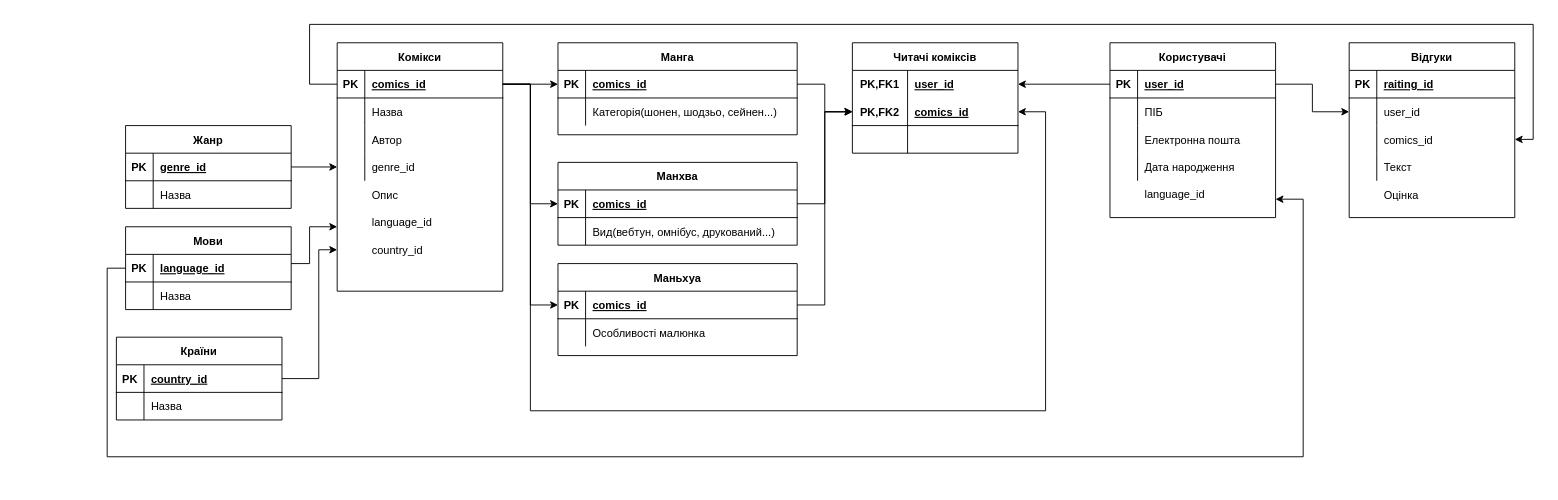
The draw.io diagram Home_task_12/Home_task_12.drawio in Rusewww/SSWU_ZozuliaIhor_NET_CAMP, before the edit. Source tidied: cells renumbered, new cells numbered last; positions are measured from the earlier drawing's top-left corner, leaving out a move shared by most shapes. Both pictures are drawn from the tidied source at 92%, with x=0, y=0 at pixel (107, 24).
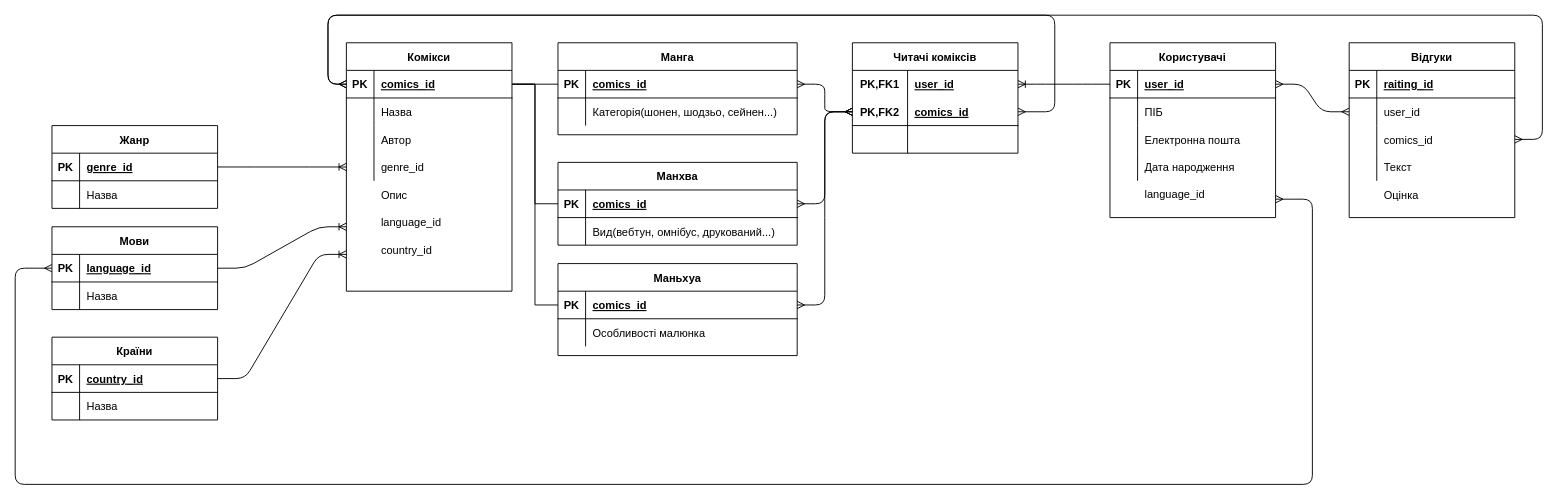
The same page after the edit.

The change refers to these unchanged cells:
```xml
<mxCell id="4" style="shape=partialRectangle;fillColor=none;top=0;left=0;bottom=1;right=0;points=[[0,0.5],[1,0.5]];portConstraint=eastwest;" parent="3" vertex="1">
  <mxGeometry y="30" width="180" height="30" as="geometry" />
</mxCell>
<mxCell id="12" style="shape=partialRectangle;fillColor=none;top=0;left=0;bottom=1;right=0;points=[[0,0.5],[1,0.5]];portConstraint=eastwest;" parent="11" vertex="1">
  <mxGeometry y="30" width="180" height="30" as="geometry" />
</mxCell>
<mxCell id="20" style="shape=partialRectangle;fillColor=none;top=0;left=0;bottom=1;right=0;points=[[0,0.5],[1,0.5]];portConstraint=eastwest;" parent="19" vertex="1">
  <mxGeometry y="30" width="180" height="30" as="geometry" />
</mxCell>
<mxCell id="35" style="shape=partialRectangle;fillColor=none;top=0;left=0;bottom=1;right=0;points=[[0,0.5],[1,0.5]];portConstraint=eastwest;" parent="34" vertex="1">
  <mxGeometry y="30" width="180" height="30" as="geometry" />
</mxCell>
<mxCell id="44" style="shape=partialRectangle;fillColor=none;top=0;left=0;bottom=0;right=0;points=[[0,0.5],[1,0.5]];portConstraint=eastwest;" parent="34" vertex="1">
  <mxGeometry y="120" width="180" height="30" as="geometry" />
</mxCell>
<mxCell id="52" style="shape=partialRectangle;fillColor=none;top=0;left=0;bottom=1;right=0;points=[[0,0.5],[1,0.5]];portConstraint=eastwest;" parent="51" vertex="1">
  <mxGeometry y="30" width="180" height="30" as="geometry" />
</mxCell>
<mxCell id="59" style="shape=partialRectangle;fillColor=none;top=0;left=0;bottom=0;right=0;points=[[0,0.5],[1,0.5]];portConstraint=eastwest;" parent="58" vertex="1">
  <mxGeometry y="30" width="180" height="30" as="geometry" />
</mxCell>
<mxCell id="62" style="shape=partialRectangle;fillColor=none;top=0;left=0;bottom=1;right=0;points=[[0,0.5],[1,0.5]];portConstraint=eastwest;" parent="58" vertex="1">
  <mxGeometry y="60" width="180" height="30" as="geometry" />
</mxCell>
<mxCell id="73" style="shape=partialRectangle;fillColor=none;top=0;left=0;bottom=0;right=0;points=[[0,0.5],[1,0.5]];portConstraint=eastwest;" parent="69" vertex="1">
  <mxGeometry y="60" width="180" height="30" as="geometry" />
</mxCell>
<mxCell id="76" style="shape=partialRectangle;fillColor=none;top=0;left=0;bottom=0;right=0;points=[[0,0.5],[1,0.5]];portConstraint=eastwest;" parent="69" vertex="1">
  <mxGeometry y="90" width="180" height="30" as="geometry" />
</mxCell>
<mxCell id="84" style="shape=partialRectangle;fillColor=none;top=0;left=0;bottom=1;right=0;points=[[0,0.5],[1,0.5]];portConstraint=eastwest;" parent="83" vertex="1">
  <mxGeometry y="30" width="260" height="30" as="geometry" />
</mxCell>
<mxCell id="91" style="shape=partialRectangle;fillColor=none;top=0;left=0;bottom=1;right=0;points=[[0,0.5],[1,0.5]];portConstraint=eastwest;" parent="90" vertex="1">
  <mxGeometry y="30" width="260" height="30" as="geometry" />
</mxCell>
<mxCell id="98" style="shape=partialRectangle;fillColor=none;top=0;left=0;bottom=1;right=0;points=[[0,0.5],[1,0.5]];portConstraint=eastwest;" parent="97" vertex="1">
  <mxGeometry y="30" width="260" height="30" as="geometry" />
</mxCell>
```

The edit, as a diff of the source:
```diff
@@
-    <mxCell id="2" style="edgeStyle=orthogonalEdgeStyle;rounded=0;jettySize=auto;html=1;" parent="1" edge="1" source="3">
-      <mxGeometry relative="1" as="geometry">
-        <mxPoint x="250" y="220" as="targetPoint" />
-        <Array as="points">
-          <mxPoint x="220" y="260" />
-          <mxPoint x="220" y="220" />
-        </Array>
-      </mxGeometry>
-    </mxCell>
     <mxCell id="3" value="Мови" style="shape=table;startSize=30;childLayout=tableLayout;rowLines=0;fontStyle=1;align=center;" parent="1" vertex="1">
-      <mxGeometry x="20" y="220" width="180" height="90" as="geometry" />
+      <mxGeometry x="-60" y="220" width="180" height="90" as="geometry" />
     </mxCell>
@@
-    <mxCell id="10" style="edgeStyle=orthogonalEdgeStyle;rounded=0;jettySize=auto;html=1;" parent="1" edge="1" source="11">
-      <mxGeometry relative="1" as="geometry">
-        <mxPoint x="250" y="245" as="targetPoint" />
-        <Array as="points">
-          <mxPoint x="230" y="385" />
-          <mxPoint x="230" y="245" />
-        </Array>
-      </mxGeometry>
-    </mxCell>
     <mxCell id="11" value="Країни" style="shape=table;startSize=30;childLayout=tableLayout;rowLines=0;fontStyle=1;align=center;" parent="1" vertex="1">
-      <mxGeometry x="10" y="340" width="180" height="90" as="geometry" />
+      <mxGeometry x="-60" y="340" width="180" height="90" as="geometry" />
     </mxCell>
@@
     <mxCell id="33" style="group;" parent="1" vertex="1">
-      <mxGeometry x="250" y="20" width="180" height="270" as="geometry" />
+      <mxGeometry x="260" y="20" width="180" height="270" as="geometry" />
     </mxCell>
@@
-    <mxCell id="50" style="edgeStyle=orthogonalEdgeStyle;rounded=0;jettySize=auto;html=1;" parent="1" edge="1" source="51" target="44">
-      <mxGeometry relative="1" as="geometry" />
-    </mxCell>
     <mxCell id="51" value="Жанр" style="shape=table;startSize=30;childLayout=tableLayout;rowLines=0;fontStyle=1;align=center;" parent="1" vertex="1">
-      <mxGeometry x="20" y="110" width="180" height="90" as="geometry" />
+      <mxGeometry x="-60" y="110" width="180" height="90" as="geometry" />
     </mxCell>
@@
+    <mxCell id="115" style="edgeStyle=entityRelationEdgeStyle;fontSize=12;html=1;endArrow=ERoneToMany;exitX=1;exitY=0.5;exitDx=0;exitDy=0;entryX=0;entryY=0.5;entryDx=0;entryDy=0;" parent="1" edge="1" source="52" target="44">
+      <mxGeometry relative="1" as="geometry" />
+    </mxCell>
+    <mxCell id="116" style="edgeStyle=entityRelationEdgeStyle;fontSize=12;html=1;endArrow=ERoneToMany;" parent="1" edge="1">
+      <mxGeometry relative="1" as="geometry">
+        <mxPoint x="120" y="265" as="sourcePoint" />
+        <mxPoint x="260" y="220" as="targetPoint" />
+      </mxGeometry>
+    </mxCell>
+    <mxCell id="117" style="edgeStyle=entityRelationEdgeStyle;fontSize=12;html=1;endArrow=ERoneToMany;exitX=1;exitY=0.5;exitDx=0;exitDy=0;" parent="1" edge="1" source="12">
+      <mxGeometry relative="1" as="geometry">
+        <mxPoint x="260" y="250" as="targetPoint" />
+      </mxGeometry>
+    </mxCell>
+    <mxCell id="118" style="edgeStyle=orthogonalEdgeStyle;fontSize=12;html=1;endArrow=ERmany;startArrow=ERmany;exitX=1;exitY=0.5;exitDx=0;exitDy=0;entryX=0;entryY=0.5;entryDx=0;entryDy=0;" parent="1" edge="1" source="76" target="35">
+      <mxGeometry relative="1" as="geometry">
+        <Array as="points">
+          <mxPoint x="1560" y="125" />
+          <mxPoint x="1560" y="-10" />
+          <mxPoint x="240" y="-10" />
+          <mxPoint x="240" y="65" />
+        </Array>
+      </mxGeometry>
+    </mxCell>
+    <mxCell id="113" style="edgeStyle=entityRelationEdgeStyle;fontSize=12;html=1;endArrow=ERmany;startArrow=ERmany;exitX=1;exitY=0.5;exitDx=0;exitDy=0;entryX=0;entryY=0.5;entryDx=0;entryDy=0;" parent="1" edge="1" source="20" target="73">
+      <mxGeometry relative="1" as="geometry" />
+    </mxCell>
+    <mxCell id="111" style="edgeStyle=entityRelationEdgeStyle;fontSize=12;html=1;endArrow=ERoneToMany;entryX=1;entryY=0.5;entryDx=0;entryDy=0;exitX=0;exitY=0.5;exitDx=0;exitDy=0;" parent="1" edge="1" source="20" target="59">
+      <mxGeometry relative="1" as="geometry" />
+    </mxCell>
+    <mxCell id="107" style="edgeStyle=entityRelationEdgeStyle;fontSize=12;html=1;endArrow=ERmany;startArrow=ERmany;exitX=1;exitY=0.5;exitDx=0;exitDy=0;entryX=0;entryY=0.5;entryDx=0;entryDy=0;" parent="1" edge="1" source="84" target="62">
+      <mxGeometry relative="1" as="geometry" />
+    </mxCell>
+    <mxCell id="108" style="edgeStyle=entityRelationEdgeStyle;fontSize=12;html=1;endArrow=ERmany;startArrow=ERmany;exitX=1;exitY=0.5;exitDx=0;exitDy=0;entryX=0;entryY=0.5;entryDx=0;entryDy=0;" parent="1" edge="1" source="98" target="62">
+      <mxGeometry relative="1" as="geometry" />
+    </mxCell>
+    <mxCell id="109" style="edgeStyle=entityRelationEdgeStyle;fontSize=12;html=1;endArrow=ERmany;startArrow=ERmany;exitX=1;exitY=0.5;exitDx=0;exitDy=0;entryX=0;entryY=0.5;entryDx=0;entryDy=0;" parent="1" edge="1" source="91" target="62">
+      <mxGeometry relative="1" as="geometry" />
+    </mxCell>
+    <mxCell id="119" style="edgeStyle=orthogonalEdgeStyle;fontSize=12;html=1;endArrow=ERmany;startArrow=ERmany;entryX=0;entryY=0.5;entryDx=0;entryDy=0;" parent="1" edge="1" target="4">
+      <mxGeometry relative="1" as="geometry">
+        <mxPoint x="1270" y="190" as="sourcePoint" />
+        <Array as="points">
+          <mxPoint x="1310" y="190" />
+          <mxPoint x="1310" y="500" />
+          <mxPoint x="-100" y="500" />
+          <mxPoint x="-100" y="265" />
+        </Array>
+      </mxGeometry>
+    </mxCell>
-    <mxCell id="104" style="edgeStyle=orthogonalEdgeStyle;rounded=0;jettySize=auto;html=1;" parent="1" edge="1" source="35" target="84">
+    <mxCell id="104" style="endArrow=none;html=1;rounded=0;exitX=1;exitY=0.5;exitDx=0;exitDy=0;entryX=0;entryY=0.5;entryDx=0;entryDy=0;" parent="1" edge="1" source="35" target="84">
       <mxGeometry relative="1" as="geometry" />
     </mxCell>
-    <mxCell id="105" style="edgeStyle=orthogonalEdgeStyle;rounded=0;jettySize=auto;html=1;exitX=1;exitY=0.5;exitDx=0;exitDy=0;entryX=0;entryY=0.5;entryDx=0;entryDy=0;" parent="1" edge="1" source="35" target="98">
+    <mxCell id="105" style="endArrow=none;html=1;rounded=0;exitX=1;exitY=0.5;exitDx=0;exitDy=0;entryX=0;entryY=0.5;entryDx=0;entryDy=0;edgeStyle=orthogonalEdgeStyle;" parent="1" edge="1" source="35" target="98">
       <mxGeometry relative="1" as="geometry" />
     </mxCell>
-    <mxCell id="106" style="edgeStyle=orthogonalEdgeStyle;rounded=0;jettySize=auto;html=1;exitX=1;exitY=0.5;exitDx=0;exitDy=0;entryX=0;entryY=0.5;entryDx=0;entryDy=0;" parent="1" edge="1" source="35" target="91">
+    <mxCell id="106" style="endArrow=none;html=1;rounded=0;exitX=1;exitY=0.5;exitDx=0;exitDy=0;entryX=0;entryY=0.5;entryDx=0;entryDy=0;edgeStyle=elbowEdgeStyle;" parent="1" edge="1" source="35" target="91">
       <mxGeometry relative="1" as="geometry" />
     </mxCell>
-    <mxCell id="107" style="edgeStyle=orthogonalEdgeStyle;rounded=0;jettySize=auto;html=1;entryX=0;entryY=0.5;entryDx=0;entryDy=0;" parent="1" edge="1" source="84" target="62">
-      <mxGeometry relative="1" as="geometry" />
-    </mxCell>
-    <mxCell id="108" style="edgeStyle=orthogonalEdgeStyle;rounded=0;jettySize=auto;html=1;" parent="1" edge="1" source="98" target="62">
-      <mxGeometry relative="1" as="geometry" />
-    </mxCell>
-    <mxCell id="109" style="edgeStyle=orthogonalEdgeStyle;rounded=0;jettySize=auto;html=1;" parent="1" edge="1" source="91" target="62">
-      <mxGeometry relative="1" as="geometry" />
-    </mxCell>
-    <mxCell id="110" style="edgeStyle=orthogonalEdgeStyle;rounded=0;jettySize=auto;html=1;exitX=1;exitY=0.5;exitDx=0;exitDy=0;entryX=1;entryY=0.5;entryDx=0;entryDy=0;" parent="1" edge="1" source="35" target="62">
+    <mxCell id="110" style="edgeStyle=orthogonalEdgeStyle;fontSize=12;html=1;endArrow=ERmany;startArrow=ERmany;exitX=0;exitY=0.5;exitDx=0;exitDy=0;entryX=1;entryY=0.5;entryDx=0;entryDy=0;" parent="1" edge="1" source="35" target="62">
       <mxGeometry relative="1" as="geometry">
         <Array as="points">
-          <mxPoint x="460" y="65" />
-          <mxPoint x="460" y="420" />
-          <mxPoint x="1020" y="420" />
-          <mxPoint x="1020" y="95" />
+          <mxPoint x="240" y="65" />
+          <mxPoint x="240" y="-10" />
+          <mxPoint x="1030" y="-10" />
+          <mxPoint x="1030" y="95" />
         </Array>
       </mxGeometry>
     </mxCell>
-    <mxCell id="111" style="edgeStyle=orthogonalEdgeStyle;rounded=0;jettySize=auto;html=1;exitX=0;exitY=0.5;exitDx=0;exitDy=0;entryX=1;entryY=0.5;entryDx=0;entryDy=0;" parent="1" edge="1" source="20" target="59">
-      <mxGeometry relative="1" as="geometry" />
-    </mxCell>
-    <mxCell id="112" style="edgeStyle=orthogonalEdgeStyle;rounded=0;jettySize=auto;html=1;exitX=0;exitY=0.5;exitDx=0;exitDy=0;" parent="1" edge="1" source="4">
-      <mxGeometry relative="1" as="geometry">
-        <mxPoint x="1270" y="190" as="targetPoint" />
-        <Array as="points">
-          <mxPoint y="265" />
-          <mxPoint y="470" />
-          <mxPoint x="1300" y="470" />
-          <mxPoint x="1300" y="190" />
-        </Array>
-      </mxGeometry>
-    </mxCell>
-    <mxCell id="113" style="edgeStyle=orthogonalEdgeStyle;rounded=0;jettySize=auto;html=1;entryX=0;entryY=0.5;entryDx=0;entryDy=0;" parent="1" edge="1" source="20" target="73">
-      <mxGeometry relative="1" as="geometry" />
-    </mxCell>
-    <mxCell id="114" style="edgeStyle=orthogonalEdgeStyle;rounded=0;jettySize=auto;html=1;entryX=1;entryY=0.5;entryDx=0;entryDy=0;" parent="1" edge="1" source="35" target="76">
-      <mxGeometry relative="1" as="geometry">
-        <Array as="points">
-          <mxPoint x="220" y="65" />
-          <mxPoint x="220" />
-          <mxPoint x="1550" />
-          <mxPoint x="1550" y="125" />
-        </Array>
-      </mxGeometry>
-    </mxCell>
```
